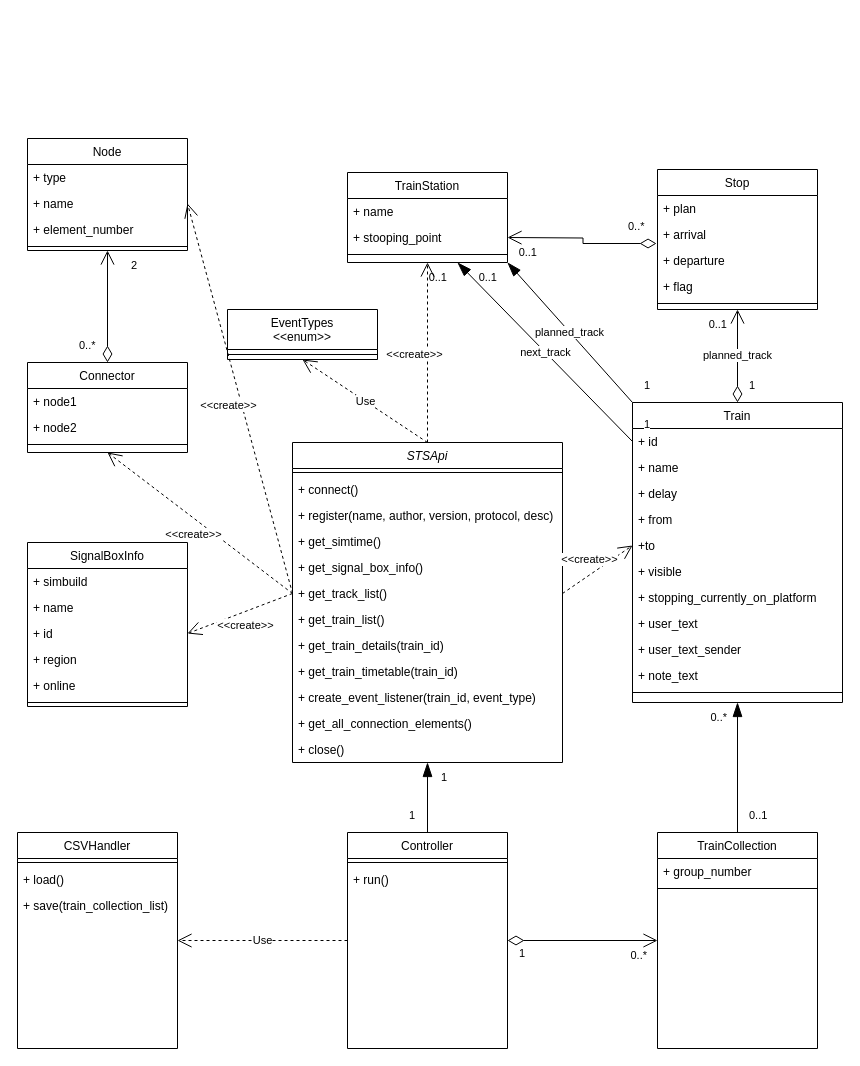
This is docs/class_diagram.drawio from Rene2000k/sts-train-collector, a draw.io file, before an edit. Source tidied: cells renumbered, new cells numbered last; positions are measured from the earlier drawing's top-left corner, leaving out a move shared by most shapes. Both pictures are drawn from the tidied source at 100%, with x=0, y=0 at pixel (17, 138).
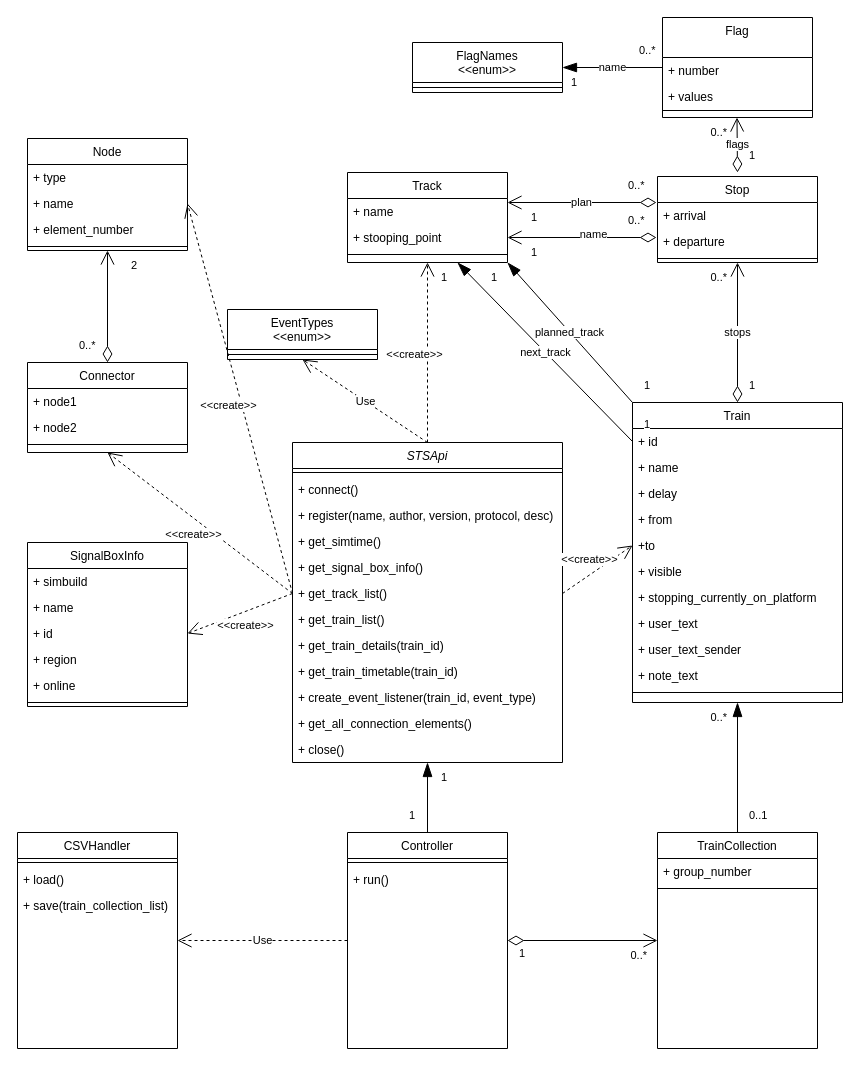
The same diagram, later.

Unchanged cells that the change refers to:
```xml
<mxCell id="26" value="Train" style="swimlane;fontStyle=0;align=center;verticalAlign=top;horizontal=1;startSize=26;rounded=0;shadow=0;strokeWidth=1;" parent="1" vertex="1">
  <mxGeometry x="615" y="264" width="210" height="300" as="geometry" />
</mxCell>
<mxCell id="63" value="next_track" style="endArrow=blockThin;html=1;endSize=12;startArrow=none;startSize=14;startFill=0;rounded=0;exitX=0;exitY=0.5;exitDx=0;exitDy=0;endFill=1;" parent="1" edge="1" source="27">
  <mxGeometry relative="1" as="geometry">
    <mxPoint x="440" y="124" as="targetPoint" />
  </mxGeometry>
</mxCell>
<mxCell id="90" value="planned_track" style="endArrow=blockThin;html=1;endSize=12;startArrow=none;startSize=14;startFill=0;rounded=0;entryX=1;entryY=1;entryDx=0;entryDy=0;exitX=0;exitY=0;exitDx=0;exitDy=0;endFill=1;" parent="1" edge="1" source="26" target="22">
  <mxGeometry relative="1" as="geometry" />
</mxCell>
```

Diff of the diagram source:
```diff
@@
-    <mxCell id="22" value="TrainStation" style="swimlane;fontStyle=0;align=center;verticalAlign=top;horizontal=1;startSize=26;rounded=0;shadow=0;strokeWidth=1;" parent="1" vertex="1">
+    <mxCell id="22" value="Track" style="swimlane;fontStyle=0;align=center;verticalAlign=top;horizontal=1;startSize=26;rounded=0;shadow=0;strokeWidth=1;" parent="1" vertex="1">
       <mxGeometry x="330" y="34" width="160" height="90" as="geometry" />
     </mxCell>
@@
     <mxCell id="47" value="Stop" style="swimlane;fontStyle=0;align=center;verticalAlign=top;horizontal=1;startSize=26;rounded=0;shadow=0;strokeWidth=1;" parent="1" vertex="1">
-      <mxGeometry x="640" y="31" width="160" height="140" as="geometry" />
+      <mxGeometry x="640" y="38" width="160" height="86" as="geometry" />
     </mxCell>
-    <mxCell id="48" value="+ plan" style="text;strokeColor=none;fillColor=none;align=left;verticalAlign=top;spacingLeft=4;spacingRight=4;overflow=hidden;" parent="47" vertex="1">
-      <mxGeometry y="26" width="160" height="26" as="geometry" />
-    </mxCell>
     <mxCell id="49" value="+ arrival" style="text;strokeColor=none;fillColor=none;align=left;verticalAlign=top;spacingLeft=4;spacingRight=4;overflow=hidden;points=[[0,0.5],[1,0.5]];portConstraint=eastwest;" parent="47" vertex="1">
-      <mxGeometry y="52" width="160" height="26" as="geometry" />
+      <mxGeometry y="26" width="160" height="26" as="geometry" />
     </mxCell>
     <mxCell id="50" value="+ departure" style="text;strokeColor=none;fillColor=none;align=left;verticalAlign=top;spacingLeft=4;spacingRight=4;overflow=hidden;" parent="47" vertex="1">
-      <mxGeometry y="78" width="160" height="26" as="geometry" />
+      <mxGeometry y="52" width="160" height="26" as="geometry" />
     </mxCell>
-    <mxCell id="51" value="+ flag" style="text;strokeColor=none;fillColor=none;align=left;verticalAlign=top;spacingLeft=4;spacingRight=4;overflow=hidden;" parent="47" vertex="1">
-      <mxGeometry y="104" width="160" height="26" as="geometry" />
-    </mxCell>
     <mxCell id="52" style="line;html=1;strokeWidth=1;align=left;verticalAlign=middle;spacingTop=-1;spacingLeft=3;spacingRight=3;labelPosition=right;" parent="47" vertex="1">
-      <mxGeometry y="130" width="160" height="8" as="geometry" />
+      <mxGeometry y="78" width="160" height="8" as="geometry" />
     </mxCell>
@@
-    <mxCell id="65" value="0..1" style="edgeLabel;html=1;align=right;verticalAlign=top;" parent="63" vertex="1">
+    <mxCell id="65" value="1" style="edgeLabel;html=1;align=right;verticalAlign=top;" parent="63" vertex="1">
       <mxGeometry x="1" relative="1" as="geometry">
         <mxPoint x="-10" y="2" as="offset" />
       </mxGeometry>
     </mxCell>
@@
-    <mxCell id="80" style="endArrow=open;html=1;endSize=12;startArrow=diamondThin;startSize=14;startFill=0;edgeStyle=orthogonalEdgeStyle;rounded=0;entryX=1;entryY=0.5;entryDx=0;entryDy=0;exitX=-0.006;exitY=0.846;exitDx=0;exitDy=0;exitPerimeter=0;" parent="1" edge="1" source="49">
+    <mxCell id="80" style="endArrow=open;html=1;endSize=12;startArrow=diamondThin;startSize=14;startFill=0;edgeStyle=orthogonalEdgeStyle;rounded=0;entryX=1;entryY=0.5;entryDx=0;entryDy=0;" parent="1" edge="1">
       <mxGeometry relative="1" as="geometry">
+        <mxPoint x="639" y="99" as="sourcePoint" />
         <mxPoint x="490" y="99" as="targetPoint" />
+        <Array as="points">
+          <mxPoint x="639" y="99" />
+        </Array>
       </mxGeometry>
     </mxCell>
@@
-    <mxCell id="82" value="0..1" style="edgeLabel;html=1;align=right;verticalAlign=top;" parent="80" vertex="1">
+    <mxCell id="82" value="1" style="edgeLabel;html=1;align=right;verticalAlign=top;" parent="80" vertex="1">
       <mxGeometry x="1" relative="1" as="geometry">
         <mxPoint x="30" y="2" as="offset" />
       </mxGeometry>
     </mxCell>
+    <mxCell id="96" value="name" style="edgeLabel;html=1;align=center;verticalAlign=middle;" parent="80" vertex="1">
+      <mxGeometry x="-0.14" y="-4" relative="1" as="geometry" />
+    </mxCell>
@@
-    <mxCell id="92" value="0..1" style="edgeLabel;html=1;align=right;verticalAlign=top;" parent="90" vertex="1">
+    <mxCell id="92" value="1" style="edgeLabel;html=1;align=right;verticalAlign=top;" parent="90" vertex="1">
       <mxGeometry x="1" relative="1" as="geometry">
         <mxPoint x="-10" y="2" as="offset" />
       </mxGeometry>
     </mxCell>
-    <mxCell id="93" value="planned_track" style="endArrow=open;html=1;endSize=12;startArrow=diamondThin;startSize=14;startFill=0;rounded=0;entryX=0.5;entryY=1;entryDx=0;entryDy=0;" parent="1" edge="1" source="26" target="47">
+    <mxCell id="93" value="stops" style="endArrow=open;html=1;endSize=12;startArrow=diamondThin;startSize=14;startFill=0;rounded=0;entryX=0.5;entryY=1;entryDx=0;entryDy=0;" parent="1" edge="1" source="26" target="47">
       <mxGeometry relative="1" as="geometry" />
     </mxCell>
@@
-    <mxCell id="95" value="0..1" style="edgeLabel;html=1;align=right;verticalAlign=top;" parent="93" vertex="1">
+    <mxCell id="95" value="0..*" style="edgeLabel;html=1;align=right;verticalAlign=top;" parent="93" vertex="1">
       <mxGeometry x="1" relative="1" as="geometry">
         <mxPoint x="-10" y="2" as="offset" />
       </mxGeometry>
     </mxCell>
+    <mxCell id="97" value="plan" style="endArrow=open;html=1;endSize=12;startArrow=diamondThin;startSize=14;startFill=0;edgeStyle=orthogonalEdgeStyle;rounded=0;entryX=1;entryY=0.5;entryDx=0;entryDy=0;" parent="1" edge="1">
+      <mxGeometry relative="1" as="geometry">
+        <mxPoint x="639" y="64" as="sourcePoint" />
+        <mxPoint x="490" y="64" as="targetPoint" />
+        <Array as="points">
+          <mxPoint x="639" y="64" />
+        </Array>
+      </mxGeometry>
+    </mxCell>
+    <mxCell id="98" value="0..*" style="edgeLabel;html=1;align=left;verticalAlign=top;" parent="97" vertex="1">
+      <mxGeometry x="-1" relative="1" as="geometry">
+        <mxPoint x="-30" y="-30" as="offset" />
+      </mxGeometry>
+    </mxCell>
+    <mxCell id="99" value="1" style="edgeLabel;html=1;align=right;verticalAlign=top;" parent="97" vertex="1">
+      <mxGeometry x="1" relative="1" as="geometry">
+        <mxPoint x="30" y="2" as="offset" />
+      </mxGeometry>
+    </mxCell>
+    <mxCell id="100" value="Flag" style="swimlane;fontStyle=0;align=center;verticalAlign=top;horizontal=1;startSize=40;rounded=0;shadow=0;strokeWidth=1;" parent="1" vertex="1">
+      <mxGeometry x="645" y="-121" width="150" height="100" as="geometry" />
+    </mxCell>
+    <mxCell id="101" value="+ number" style="text;strokeColor=none;fillColor=none;align=left;verticalAlign=top;spacingLeft=4;spacingRight=4;overflow=hidden;" parent="100" vertex="1">
+      <mxGeometry y="40" width="150" height="26" as="geometry" />
+    </mxCell>
+    <mxCell id="102" value="+ values" style="text;strokeColor=none;fillColor=none;align=left;verticalAlign=top;spacingLeft=4;spacingRight=4;overflow=hidden;" parent="100" vertex="1">
+      <mxGeometry y="66" width="150" height="26" as="geometry" />
+    </mxCell>
+    <mxCell id="103" style="line;html=1;strokeWidth=1;align=left;verticalAlign=middle;spacingTop=-1;spacingLeft=3;spacingRight=3;labelPosition=right;" parent="100" vertex="1">
+      <mxGeometry y="92" width="150" height="2" as="geometry" />
+    </mxCell>
+    <mxCell id="104" value="FlagNames&#10;&lt;&lt;enum&gt;&gt;" style="swimlane;fontStyle=0;align=center;verticalAlign=top;horizontal=1;startSize=40;rounded=0;shadow=0;strokeWidth=1;" parent="1" vertex="1">
+      <mxGeometry x="395" y="-96" width="150" height="50" as="geometry" />
+    </mxCell>
+    <mxCell id="105" style="line;html=1;strokeWidth=1;align=left;verticalAlign=middle;spacingTop=-1;spacingLeft=3;spacingRight=3;labelPosition=right;" parent="104" vertex="1">
+      <mxGeometry y="40" width="150" height="10" as="geometry" />
+    </mxCell>
+    <mxCell id="106" value="name" style="endArrow=blockThin;html=1;endSize=12;startArrow=none;startSize=14;startFill=0;rounded=0;exitX=0;exitY=0.5;exitDx=0;exitDy=0;endFill=1;entryX=1;entryY=0.5;entryDx=0;entryDy=0;" parent="1" edge="1" source="100" target="104">
+      <mxGeometry relative="1" as="geometry" />
+    </mxCell>
+    <mxCell id="107" value="0..*" style="edgeLabel;html=1;align=left;verticalAlign=top;" parent="106" vertex="1">
+      <mxGeometry x="-1" relative="1" as="geometry">
+        <mxPoint x="-25" y="-30" as="offset" />
+      </mxGeometry>
+    </mxCell>
+    <mxCell id="108" value="1" style="edgeLabel;html=1;align=right;verticalAlign=top;" parent="106" vertex="1">
+      <mxGeometry x="1" relative="1" as="geometry">
+        <mxPoint x="15" y="2" as="offset" />
+      </mxGeometry>
+    </mxCell>
+    <mxCell id="109" value="flags" style="endArrow=open;html=1;endSize=12;startArrow=diamondThin;startSize=14;startFill=0;rounded=0;entryX=0.5;entryY=1;entryDx=0;entryDy=0;" parent="1" edge="1">
+      <mxGeometry relative="1" as="geometry">
+        <mxPoint x="720" y="34" as="sourcePoint" />
+        <mxPoint x="719.5" y="-21" as="targetPoint" />
+      </mxGeometry>
+    </mxCell>
+    <mxCell id="110" value="1" style="edgeLabel;html=1;align=left;verticalAlign=top;" parent="109" vertex="1">
+      <mxGeometry x="-1" relative="1" as="geometry">
+        <mxPoint x="10" y="-30" as="offset" />
+      </mxGeometry>
+    </mxCell>
+    <mxCell id="111" value="0..*" style="edgeLabel;html=1;align=right;verticalAlign=top;" parent="109" vertex="1">
+      <mxGeometry x="1" relative="1" as="geometry">
+        <mxPoint x="-10" y="2" as="offset" />
+      </mxGeometry>
+    </mxCell>
```
